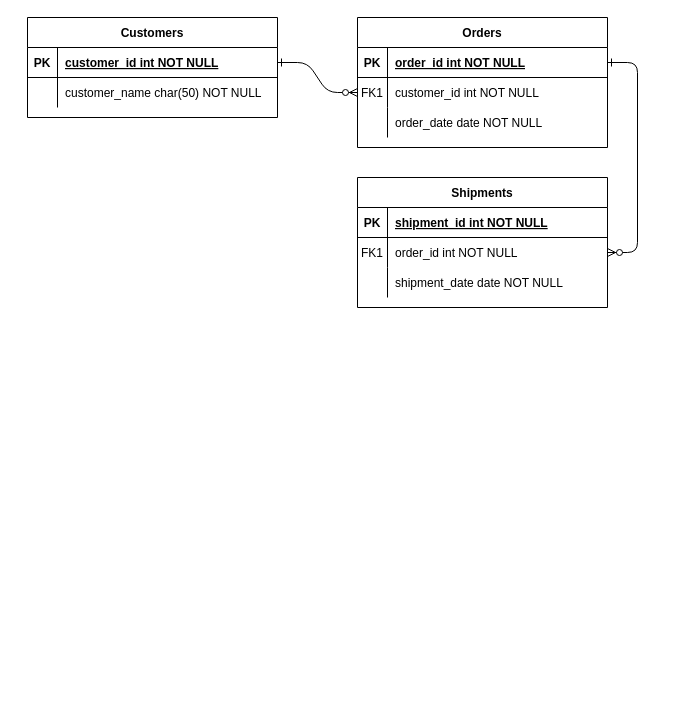
The draw.io diagram Untitled Diagram.drawio in lalbricenov/consultorioMedico, before the edit. Source tidied: cells renumbered, new cells numbered last; positions are measured from the earlier drawing's top-left corner, leaving out a move shared by most shapes. Both pictures are drawn from the tidied source at 100%, with x=0, y=0 at pixel (27, 17).
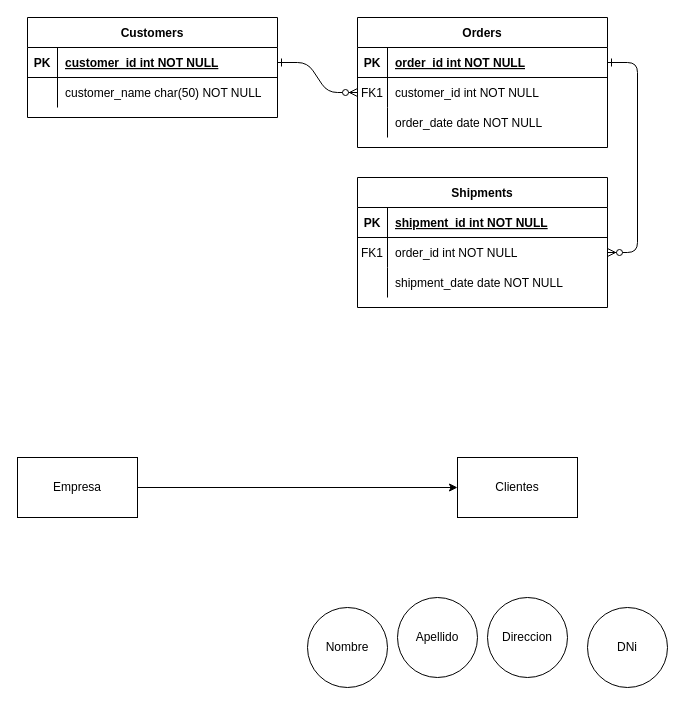
The same page after the edit.

Commit message:
Diagramas Clase

Change to the diagram source:
```diff
@@
+    <mxCell id="31" style="edgeStyle=orthogonalEdgeStyle;rounded=0;jettySize=auto;html=1;exitX=1;exitY=0.5;exitDx=0;exitDy=0;entryX=0;entryY=0.5;entryDx=0;entryDy=0;" parent="1" edge="1" source="32" target="33">
+      <mxGeometry relative="1" as="geometry" />
+    </mxCell>
+    <mxCell id="32" value="Empresa" style="rounded=0;whiteSpace=wrap;html=1;" parent="1" vertex="1">
+      <mxGeometry x="-10" y="440" width="120" height="60" as="geometry" />
+    </mxCell>
+    <mxCell id="33" value="Clientes" style="rounded=0;whiteSpace=wrap;html=1;" parent="1" vertex="1">
+      <mxGeometry x="430" y="440" width="120" height="60" as="geometry" />
+    </mxCell>
+    <mxCell id="34" value="Nombre" style="ellipse;whiteSpace=wrap;html=1;" parent="1" vertex="1">
+      <mxGeometry x="280" y="590" width="80" height="80" as="geometry" />
+    </mxCell>
+    <mxCell id="35" value="Apellido" style="ellipse;whiteSpace=wrap;html=1;" parent="1" vertex="1">
+      <mxGeometry x="370" y="580" width="80" height="80" as="geometry" />
+    </mxCell>
+    <mxCell id="36" value="Direccion" style="ellipse;whiteSpace=wrap;html=1;" parent="1" vertex="1">
+      <mxGeometry x="460" y="580" width="80" height="80" as="geometry" />
+    </mxCell>
+    <mxCell id="37" value="DNi" style="ellipse;whiteSpace=wrap;html=1;" parent="1" vertex="1">
+      <mxGeometry x="560" y="590" width="80" height="80" as="geometry" />
+    </mxCell>
```
